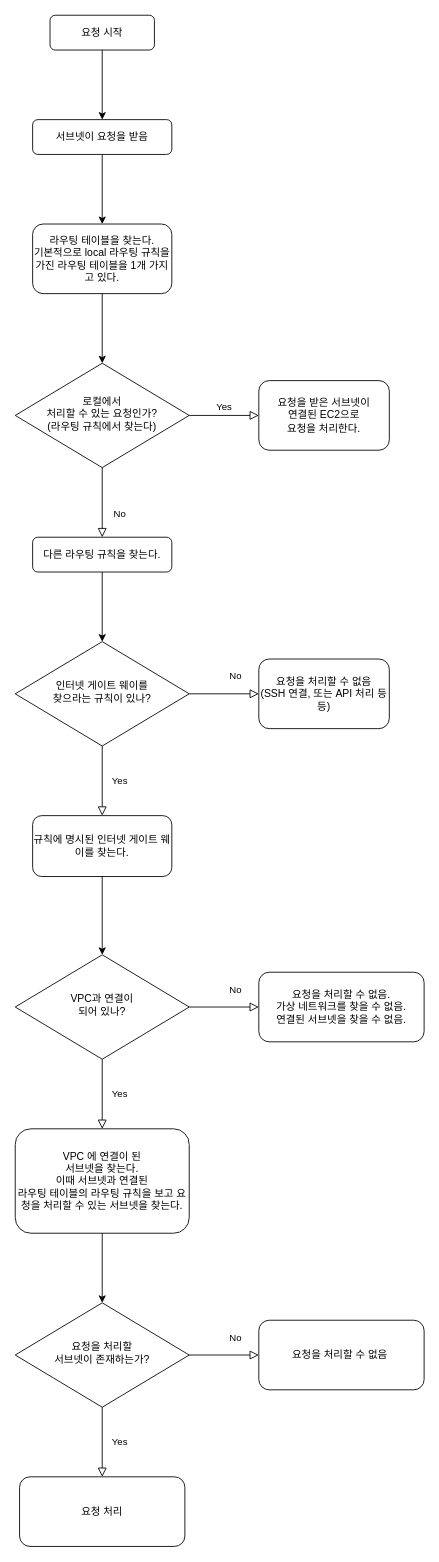
Before: Untitled Diagram.drawio in donghyeon0725/notepad, a draw.io diagram. Source tidied: cells renumbered, new cells numbered last; positions are measured from the earlier drawing's top-left corner, leaving out a move shared by most shapes. Both pictures are drawn from the tidied source at 87%, with x=0, y=0 at pixel (15, 15).
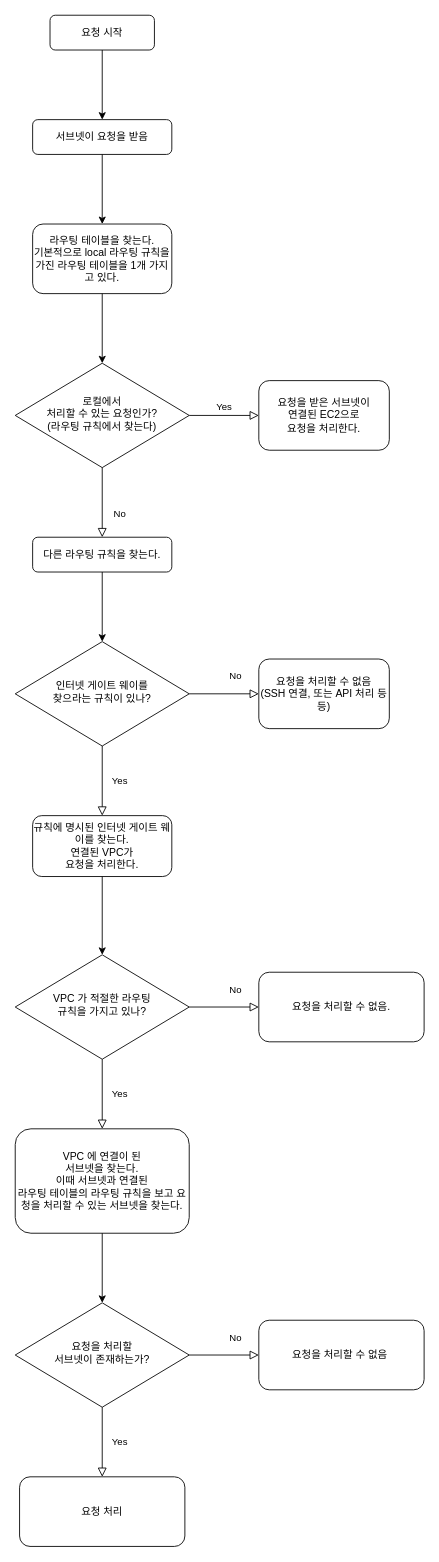
The same diagram, later.

The edit, as a diff of the source:
```diff
@@
-    <mxCell id="18" value="규칙에 명시된 인터넷 게이트 웨이를 찾는다." style="rounded=1;whiteSpace=wrap;html=1;fontSize=12;glass=0;strokeWidth=1;shadow=0;" parent="1" vertex="1">
+    <mxCell id="18" value="규칙에 명시된 인터넷 게이트 웨이를 찾는다.&lt;br&gt;연결된 VPC가 &lt;br&gt;요청을 처리한다." style="rounded=1;whiteSpace=wrap;html=1;fontSize=12;glass=0;strokeWidth=1;shadow=0;" parent="1" vertex="1">
       <mxGeometry x="20" y="920" width="160" height="70" as="geometry" />
     </mxCell>
-    <mxCell id="19" value="VPC과 연결이 &lt;br&gt;되어 있나?" style="rhombus;whiteSpace=wrap;html=1;shadow=0;fontFamily=Helvetica;fontSize=12;align=center;strokeWidth=1;spacing=6;spacingTop=-4;" parent="1" vertex="1">
+    <mxCell id="19" value="VPC 가 적절한 라우팅 &lt;br&gt;규칙을 가지고 있나?" style="rhombus;whiteSpace=wrap;html=1;shadow=0;fontFamily=Helvetica;fontSize=12;align=center;strokeWidth=1;spacing=6;spacingTop=-4;" parent="1" vertex="1">
       <mxGeometry y="1080" width="200" height="120" as="geometry" />
     </mxCell>
@@
-    <mxCell id="22" value="요청을 처리할 수 없음.&lt;br&gt;가상 네트워크를 찾을 수 없음.&lt;br&gt;연결된 서브넷을 찾을 수 없음." style="rounded=1;whiteSpace=wrap;html=1;fontSize=12;glass=0;strokeWidth=1;shadow=0;" parent="1" vertex="1">
+    <mxCell id="22" value="요청을 처리할 수 없음." style="rounded=1;whiteSpace=wrap;html=1;fontSize=12;glass=0;strokeWidth=1;shadow=0;" parent="1" vertex="1">
       <mxGeometry x="280" y="1100" width="190" height="80" as="geometry" />
     </mxCell>
```
